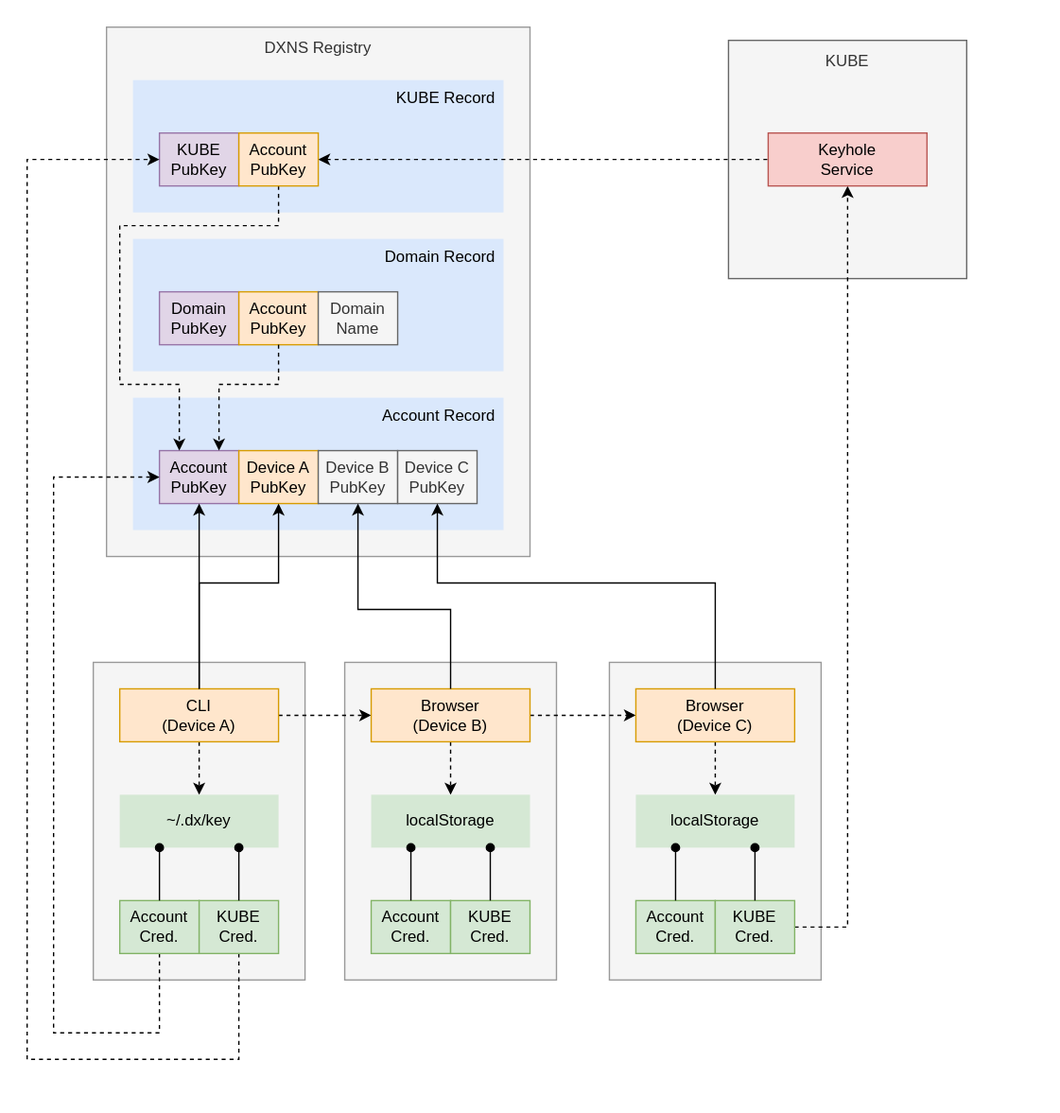
Before: docs/design/diagrams/halo-device-credentials.svg, a diagram exported from draw.io (dxos/dxos). Source tidied: cells renumbered, new cells last; positions are measured from the earlier drawing's top-left corner, leaving out a move shared by most shapes.
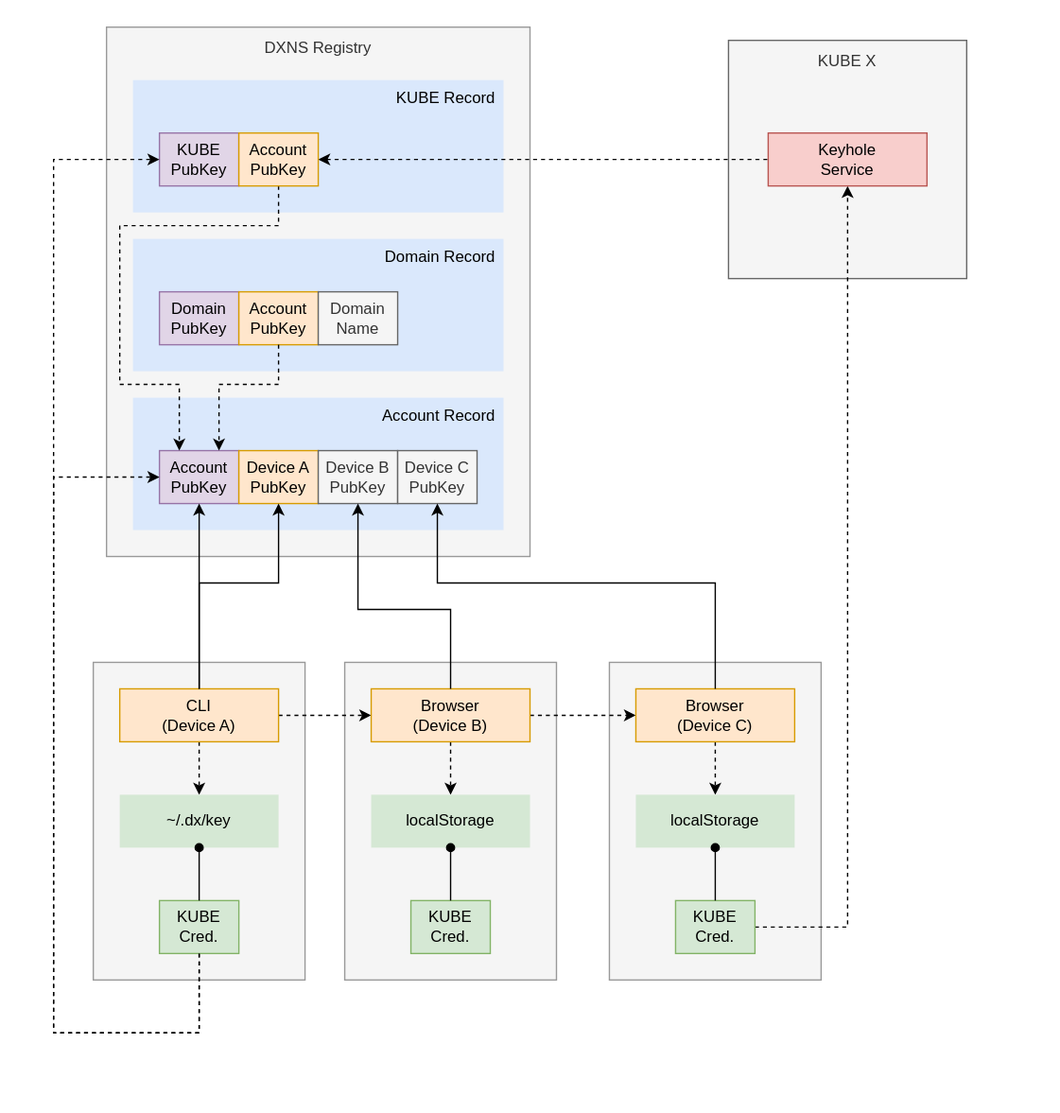
Above is the later version.

Diff of the diagram source:
```diff
@@ -17,7 +17,7 @@
     <mxCell id="6" value="KUBE Record" style="rounded=0;whiteSpace=wrap;html=1;verticalAlign=top;align=right;spacing=2;spacingLeft=4;fillColor=#dae8fc;strokeColor=none;spacingRight=4;" parent="1" vertex="1">
       <mxGeometry x="100" y="60" width="280" height="100" as="geometry" />
     </mxCell>
-    <mxCell id="7" value="KUBE" style="whiteSpace=wrap;html=1;fillColor=#f5f5f5;fontColor=#333333;strokeColor=#666;verticalAlign=top;spacing=4;fontStyle=0;" parent="1" vertex="1">
+    <mxCell id="7" value="KUBE X" style="whiteSpace=wrap;html=1;fillColor=#f5f5f5;fontColor=#333333;strokeColor=#666;verticalAlign=top;spacing=4;fontStyle=0;" parent="1" vertex="1">
       <mxGeometry x="550" y="30" width="180" height="180" as="geometry" />
     </mxCell>
     <mxCell id="8" style="edgeStyle=orthogonalEdgeStyle;rounded=0;jettySize=auto;html=1;exitX=0.5;exitY=1;exitDx=0;exitDy=0;dashed=1;" parent="1" edge="1" source="10" target="22">
@@ -113,30 +113,15 @@
     <mxCell id="33" value="localStorage" style="rounded=0;whiteSpace=wrap;html=1;fillColor=#d5e8d4;strokeColor=none;" parent="1" vertex="1">
       <mxGeometry x="480" y="600" width="120" height="40" as="geometry" />
     </mxCell>
-    <mxCell id="34" style="edgeStyle=orthogonalEdgeStyle;rounded=0;jettySize=auto;html=1;exitX=0.5;exitY=1;exitDx=0;exitDy=0;entryX=0;entryY=0.5;entryDx=0;entryDy=0;dashed=1;" parent="1" edge="1" source="36" target="24">
-      <mxGeometry relative="1" as="geometry">
-        <Array as="points">
-          <mxPoint x="120" y="780" />
-          <mxPoint x="40" y="780" />
-          <mxPoint x="40" y="360" />
-        </Array>
-      </mxGeometry>
-    </mxCell>
     <mxCell id="35" style="edgeStyle=orthogonalEdgeStyle;rounded=0;jettySize=auto;html=1;entryX=0;entryY=0.5;entryDx=0;entryDy=0;dashed=1;startArrow=none;startFill=0;endArrow=classic;endFill=1;exitX=0.5;exitY=1;exitDx=0;exitDy=0;" parent="1" edge="1" source="43" target="17">
       <mxGeometry relative="1" as="geometry">
         <Array as="points">
-          <mxPoint x="180" y="800" />
-          <mxPoint x="20" y="800" />
-          <mxPoint x="20" y="120" />
+          <mxPoint x="150" y="780" />
+          <mxPoint x="40" y="780" />
+          <mxPoint x="40" y="120" />
         </Array>
       </mxGeometry>
     </mxCell>
-    <mxCell id="36" value="Account&lt;br&gt;Cred." style="rounded=0;whiteSpace=wrap;html=1;fillColor=#d5e8d4;strokeColor=#82b366;" parent="1" vertex="1">
-      <mxGeometry x="90" y="680" width="60" height="40" as="geometry" />
-    </mxCell>
-    <mxCell id="37" style="edgeStyle=orthogonalEdgeStyle;rounded=0;jettySize=auto;html=1;exitX=0.25;exitY=1;exitDx=0;exitDy=0;entryX=0.5;entryY=0;entryDx=0;entryDy=0;endArrow=none;endFill=0;startArrow=oval;startFill=1;" parent="1" edge="1" source="22" target="36">
-      <mxGeometry relative="1" as="geometry" />
-    </mxCell>
     <mxCell id="38" style="edgeStyle=orthogonalEdgeStyle;rounded=0;jettySize=auto;html=1;exitX=1;exitY=0.5;exitDx=0;exitDy=0;entryX=0.5;entryY=1;entryDx=0;entryDy=0;dashed=1;startArrow=none;startFill=0;endArrow=classic;endFill=1;" parent="1" edge="1" source="51" target="39">
       <mxGeometry relative="1" as="geometry" />
     </mxCell>
@@ -165,42 +150,22 @@
       </mxGeometry>
     </mxCell>
     <mxCell id="43" value="KUBE&lt;br&gt;Cred." style="rounded=0;whiteSpace=wrap;html=1;fillColor=#d5e8d4;strokeColor=#82b366;" parent="1" vertex="1">
-      <mxGeometry x="150" y="680" width="60" height="40" as="geometry" />
+      <mxGeometry x="120" y="680" width="60" height="40" as="geometry" />
     </mxCell>
-    <mxCell id="44" style="edgeStyle=orthogonalEdgeStyle;rounded=0;jettySize=auto;html=1;exitX=0.75;exitY=1;exitDx=0;exitDy=0;entryX=0.5;entryY=0;entryDx=0;entryDy=0;startArrow=oval;startFill=1;endArrow=none;endFill=0;" parent="1" edge="1" source="22" target="43">
+    <mxCell id="44" style="edgeStyle=orthogonalEdgeStyle;rounded=0;jettySize=auto;html=1;exitX=0.5;exitY=1;exitDx=0;exitDy=0;entryX=0.5;entryY=0;entryDx=0;entryDy=0;startArrow=oval;startFill=1;endArrow=none;endFill=0;" parent="1" edge="1" source="22" target="43">
       <mxGeometry relative="1" as="geometry" />
     </mxCell>
-    <mxCell id="45" value="Account&lt;br&gt;Cred." style="rounded=0;whiteSpace=wrap;html=1;fillColor=#d5e8d4;strokeColor=#82b366;" parent="1" vertex="1">
-      <mxGeometry x="280" y="680" width="60" height="40" as="geometry" />
-    </mxCell>
-    <mxCell id="46" style="edgeStyle=orthogonalEdgeStyle;rounded=0;jettySize=auto;html=1;exitX=0.25;exitY=1;exitDx=0;exitDy=0;entryX=0.5;entryY=0;entryDx=0;entryDy=0;endArrow=none;endFill=0;startArrow=oval;startFill=1;" parent="1" edge="1" target="45">
-      <mxGeometry relative="1" as="geometry">
-        <mxPoint x="310" y="640" as="sourcePoint" />
-      </mxGeometry>
-    </mxCell>
     <mxCell id="47" value="KUBE&lt;br&gt;Cred." style="rounded=0;whiteSpace=wrap;html=1;fillColor=#d5e8d4;strokeColor=#82b366;" parent="1" vertex="1">
-      <mxGeometry x="340" y="680" width="60" height="40" as="geometry" />
+      <mxGeometry x="310" y="680" width="60" height="40" as="geometry" />
     </mxCell>
-    <mxCell id="48" style="edgeStyle=orthogonalEdgeStyle;rounded=0;jettySize=auto;html=1;exitX=0.75;exitY=1;exitDx=0;exitDy=0;entryX=0.5;entryY=0;entryDx=0;entryDy=0;startArrow=oval;startFill=1;endArrow=none;endFill=0;" parent="1" edge="1" target="47">
-      <mxGeometry relative="1" as="geometry">
-        <mxPoint x="370" y="640" as="sourcePoint" />
-      </mxGeometry>
+    <mxCell id="48" style="edgeStyle=orthogonalEdgeStyle;rounded=0;jettySize=auto;html=1;exitX=0.5;exitY=1;exitDx=0;exitDy=0;entryX=0.5;entryY=0;entryDx=0;entryDy=0;startArrow=oval;startFill=1;endArrow=none;endFill=0;" parent="1" edge="1" source="32" target="47">
+      <mxGeometry relative="1" as="geometry" />
     </mxCell>
-    <mxCell id="49" value="Account&lt;br&gt;Cred." style="rounded=0;whiteSpace=wrap;html=1;fillColor=#d5e8d4;strokeColor=#82b366;" parent="1" vertex="1">
-      <mxGeometry x="480" y="680" width="60" height="40" as="geometry" />
-    </mxCell>
-    <mxCell id="50" style="edgeStyle=orthogonalEdgeStyle;rounded=0;jettySize=auto;html=1;exitX=0.25;exitY=1;exitDx=0;exitDy=0;entryX=0.5;entryY=0;entryDx=0;entryDy=0;endArrow=none;endFill=0;startArrow=oval;startFill=1;" parent="1" edge="1" target="49">
-      <mxGeometry relative="1" as="geometry">
-        <mxPoint x="510" y="640" as="sourcePoint" />
-      </mxGeometry>
-    </mxCell>
     <mxCell id="51" value="KUBE&lt;br&gt;Cred." style="rounded=0;whiteSpace=wrap;html=1;fillColor=#d5e8d4;strokeColor=#82b366;" parent="1" vertex="1">
-      <mxGeometry x="540" y="680" width="60" height="40" as="geometry" />
+      <mxGeometry x="510" y="680" width="60" height="40" as="geometry" />
     </mxCell>
-    <mxCell id="52" style="edgeStyle=orthogonalEdgeStyle;rounded=0;jettySize=auto;html=1;exitX=0.75;exitY=1;exitDx=0;exitDy=0;entryX=0.5;entryY=0;entryDx=0;entryDy=0;startArrow=oval;startFill=1;endArrow=none;endFill=0;" parent="1" edge="1" target="51">
-      <mxGeometry relative="1" as="geometry">
-        <mxPoint x="570" y="640" as="sourcePoint" />
-      </mxGeometry>
+    <mxCell id="52" style="edgeStyle=orthogonalEdgeStyle;rounded=0;jettySize=auto;html=1;exitX=0.5;exitY=1;exitDx=0;exitDy=0;entryX=0.5;entryY=0;entryDx=0;entryDy=0;startArrow=oval;startFill=1;endArrow=none;endFill=0;" parent="1" edge="1" source="33" target="51">
+      <mxGeometry relative="1" as="geometry" />
     </mxCell>
     <mxCell id="53" style="rounded=0;whiteSpace=wrap;html=1;align=right;verticalAlign=top;strokeColor=none;" parent="1" vertex="1">
       <mxGeometry width="800" height="10" as="geometry" />
@@ -208,5 +173,15 @@
     <mxCell id="54" style="rounded=0;whiteSpace=wrap;html=1;align=right;verticalAlign=top;strokeColor=none;" parent="1" vertex="1">
       <mxGeometry y="830" width="800" height="10" as="geometry" />
     </mxCell>
+    <mxCell id="55" style="edgeStyle=orthogonalEdgeStyle;rounded=0;jettySize=auto;html=1;entryX=0;entryY=0.5;entryDx=0;entryDy=0;dashed=1;startArrow=none;startFill=0;endArrow=classic;endFill=1;exitX=0.5;exitY=1;exitDx=0;exitDy=0;" parent="1" edge="1" target="24">
+      <mxGeometry relative="1" as="geometry">
+        <mxPoint x="150" y="720" as="sourcePoint" />
+        <Array as="points">
+          <mxPoint x="150" y="780" />
+          <mxPoint x="40" y="780" />
+          <mxPoint x="40" y="360" />
+        </Array>
+      </mxGeometry>
+    </mxCell>
   </root>
 </mxGraphModel>
```
